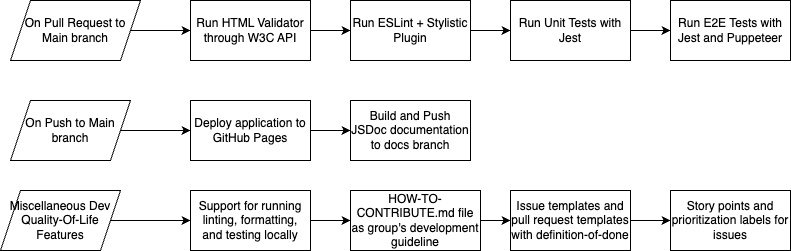
cse110-sp25-group12/cse110-sp25-group12 keeps this draw.io diagram as admin/cipipeline/final.drawio.png. Above is the earlier version. Source tidied: cells renumbered, new cells last; positions are measured from the earlier drawing's top-left corner, leaving out a move shared by most shapes. Its diagram source:
```xml
<mxGraphModel background="#FFFFFF">
  <root>
    <mxCell id="0" />
    <mxCell id="1" parent="0" />
    <mxCell id="2" style="edgeStyle=none;html=1;exitX=1;exitY=0.5;exitDx=0;exitDy=0;" parent="1" edge="1" source="3" target="7">
      <mxGeometry relative="1" as="geometry" />
    </mxCell>
    <mxCell id="3" value="On Pull Request to Main branch" style="shape=parallelogram;perimeter=parallelogramPerimeter;whiteSpace=wrap;html=1;fixedSize=1;" parent="1" vertex="1">
      <mxGeometry x="10" width="130" height="60" as="geometry" />
    </mxCell>
    <mxCell id="4" style="edgeStyle=none;html=1;exitX=1;exitY=0.5;exitDx=0;exitDy=0;entryX=0;entryY=0.5;entryDx=0;entryDy=0;" parent="1" edge="1" source="5" target="14">
      <mxGeometry relative="1" as="geometry" />
    </mxCell>
    <mxCell id="5" value="On Push to Main branch" style="shape=parallelogram;perimeter=parallelogramPerimeter;whiteSpace=wrap;html=1;fixedSize=1;" parent="1" vertex="1">
      <mxGeometry x="10" y="100" width="120" height="60" as="geometry" />
    </mxCell>
    <mxCell id="6" style="edgeStyle=none;html=1;exitX=1;exitY=0.5;exitDx=0;exitDy=0;entryX=0;entryY=0.5;entryDx=0;entryDy=0;" parent="1" edge="1" source="7" target="12">
      <mxGeometry relative="1" as="geometry" />
    </mxCell>
    <mxCell id="7" value="Run HTML Validator through W3C API" style="rounded=0;whiteSpace=wrap;html=1;" parent="1" vertex="1">
      <mxGeometry x="190" width="120" height="60" as="geometry" />
    </mxCell>
    <mxCell id="8" style="edgeStyle=none;html=1;exitX=1;exitY=0.5;exitDx=0;exitDy=0;entryX=0;entryY=0.5;entryDx=0;entryDy=0;" parent="1" edge="1" source="9" target="21">
      <mxGeometry relative="1" as="geometry" />
    </mxCell>
    <mxCell id="9" value="Run Unit Tests with Jest" style="rounded=0;whiteSpace=wrap;html=1;" parent="1" vertex="1">
      <mxGeometry x="510" width="120" height="60" as="geometry" />
    </mxCell>
    <mxCell id="10" value="Build and Push JSDoc documentation to docs branch" style="rounded=0;whiteSpace=wrap;html=1;" parent="1" vertex="1">
      <mxGeometry x="350" y="100" width="120" height="60" as="geometry" />
    </mxCell>
    <mxCell id="11" style="edgeStyle=none;html=1;exitX=1;exitY=0.5;exitDx=0;exitDy=0;entryX=0;entryY=0.5;entryDx=0;entryDy=0;" parent="1" edge="1" source="12" target="9">
      <mxGeometry relative="1" as="geometry" />
    </mxCell>
    <mxCell id="12" value="Run ESLint + Stylistic Plugin" style="rounded=0;whiteSpace=wrap;html=1;" parent="1" vertex="1">
      <mxGeometry x="350" width="120" height="60" as="geometry" />
    </mxCell>
    <mxCell id="13" style="edgeStyle=none;html=1;exitX=1;exitY=0.5;exitDx=0;exitDy=0;entryX=0;entryY=0.5;entryDx=0;entryDy=0;" parent="1" edge="1" source="14" target="10">
      <mxGeometry relative="1" as="geometry" />
    </mxCell>
    <mxCell id="14" value="Deploy application to GitHub Pages" style="rounded=0;whiteSpace=wrap;html=1;" parent="1" vertex="1">
      <mxGeometry x="190" y="100" width="120" height="60" as="geometry" />
    </mxCell>
    <mxCell id="15" style="edgeStyle=none;html=1;exitX=1;exitY=0.5;exitDx=0;exitDy=0;" parent="1" edge="1" source="16" target="18">
      <mxGeometry relative="1" as="geometry" />
    </mxCell>
    <mxCell id="16" value="Miscellaneous Dev Quality-Of-Life Features" style="shape=parallelogram;perimeter=parallelogramPerimeter;whiteSpace=wrap;html=1;fixedSize=1;" parent="1" vertex="1">
      <mxGeometry y="190" width="120" height="60" as="geometry" />
    </mxCell>
    <mxCell id="17" style="edgeStyle=none;html=1;exitX=1;exitY=0.5;exitDx=0;exitDy=0;entryX=0;entryY=0.5;entryDx=0;entryDy=0;" parent="1" edge="1" source="18" target="20">
      <mxGeometry relative="1" as="geometry" />
    </mxCell>
    <mxCell id="18" value="Support for running linting, formatting, and testing locally" style="rounded=0;whiteSpace=wrap;html=1;" parent="1" vertex="1">
      <mxGeometry x="190" y="190" width="120" height="60" as="geometry" />
    </mxCell>
    <mxCell id="19" style="edgeStyle=none;html=1;exitX=1;exitY=0.5;exitDx=0;exitDy=0;entryX=0;entryY=0.5;entryDx=0;entryDy=0;" parent="1" edge="1" source="20" target="23">
      <mxGeometry relative="1" as="geometry" />
    </mxCell>
    <mxCell id="20" value="HOW-TO-CONTRIBUTE.md file as group's development guideline" style="rounded=0;whiteSpace=wrap;html=1;" parent="1" vertex="1">
      <mxGeometry x="350" y="190" width="130" height="60" as="geometry" />
    </mxCell>
    <mxCell id="21" value="Run E2E Tests with Jest and Puppeteer" style="rounded=0;whiteSpace=wrap;html=1;" parent="1" vertex="1">
      <mxGeometry x="670" width="120" height="60" as="geometry" />
    </mxCell>
    <mxCell id="22" style="edgeStyle=none;html=1;exitX=1;exitY=0.5;exitDx=0;exitDy=0;entryX=0;entryY=0.5;entryDx=0;entryDy=0;" parent="1" edge="1" source="23" target="24">
      <mxGeometry relative="1" as="geometry" />
    </mxCell>
    <mxCell id="23" value="Issue templates and pull request templates with definition-of-done" style="rounded=0;whiteSpace=wrap;html=1;" parent="1" vertex="1">
      <mxGeometry x="510" y="190" width="120" height="60" as="geometry" />
    </mxCell>
    <mxCell id="24" value="Story points and prioritization labels for issues" style="rounded=0;whiteSpace=wrap;html=1;" parent="1" vertex="1">
      <mxGeometry x="670" y="190" width="120" height="60" as="geometry" />
    </mxCell>
  </root>
</mxGraphModel>
```
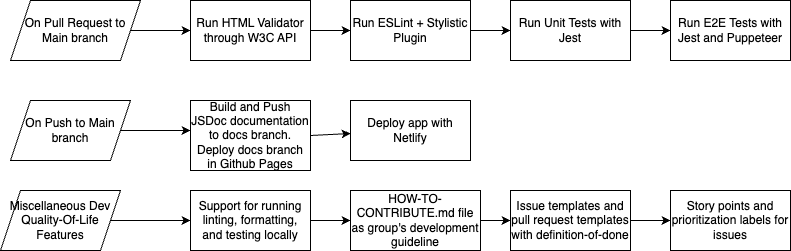
Above is the later version.

The edit, as a diff of the source:
```diff
@@ -8,8 +8,10 @@
     <mxCell id="3" value="On Pull Request to Main branch" style="shape=parallelogram;perimeter=parallelogramPerimeter;whiteSpace=wrap;html=1;fixedSize=1;" parent="1" vertex="1">
       <mxGeometry x="10" width="130" height="60" as="geometry" />
     </mxCell>
-    <mxCell id="4" style="edgeStyle=none;html=1;exitX=1;exitY=0.5;exitDx=0;exitDy=0;entryX=0;entryY=0.5;entryDx=0;entryDy=0;" parent="1" edge="1" source="5" target="14">
-      <mxGeometry relative="1" as="geometry" />
+    <mxCell id="4" style="edgeStyle=none;html=1;exitX=1;exitY=0.5;exitDx=0;exitDy=0;entryX=0;entryY=0.5;entryDx=0;entryDy=0;" parent="1" edge="1" source="5">
+      <mxGeometry relative="1" as="geometry">
+        <mxPoint x="190" y="130" as="targetPoint" />
+      </mxGeometry>
     </mxCell>
     <mxCell id="5" value="On Push to Main branch" style="shape=parallelogram;perimeter=parallelogramPerimeter;whiteSpace=wrap;html=1;fixedSize=1;" parent="1" vertex="1">
       <mxGeometry x="10" y="100" width="120" height="60" as="geometry" />
@@ -26,8 +28,11 @@
     <mxCell id="9" value="Run Unit Tests with Jest" style="rounded=0;whiteSpace=wrap;html=1;" parent="1" vertex="1">
       <mxGeometry x="510" width="120" height="60" as="geometry" />
     </mxCell>
+    <mxCell id="25" style="edgeStyle=none;html=1;exitX=1;exitY=0.5;exitDx=0;exitDy=0;" parent="1" edge="1" source="10" target="26">
+      <mxGeometry relative="1" as="geometry" />
+    </mxCell>
-    <mxCell id="10" value="Build and Push JSDoc documentation to docs branch" style="rounded=0;whiteSpace=wrap;html=1;" parent="1" vertex="1">
-      <mxGeometry x="350" y="100" width="120" height="60" as="geometry" />
+    <mxCell id="10" value="Build and Push JSDoc documentation to docs branch. Deploy docs branch in Github Pages" style="rounded=0;whiteSpace=wrap;html=1;" parent="1" vertex="1">
+      <mxGeometry x="190" y="100" width="120" height="70" as="geometry" />
     </mxCell>
     <mxCell id="11" style="edgeStyle=none;html=1;exitX=1;exitY=0.5;exitDx=0;exitDy=0;entryX=0;entryY=0.5;entryDx=0;entryDy=0;" parent="1" edge="1" source="12" target="9">
       <mxGeometry relative="1" as="geometry" />
@@ -35,12 +40,6 @@
     <mxCell id="12" value="Run ESLint + Stylistic Plugin" style="rounded=0;whiteSpace=wrap;html=1;" parent="1" vertex="1">
       <mxGeometry x="350" width="120" height="60" as="geometry" />
     </mxCell>
-    <mxCell id="13" style="edgeStyle=none;html=1;exitX=1;exitY=0.5;exitDx=0;exitDy=0;entryX=0;entryY=0.5;entryDx=0;entryDy=0;" parent="1" edge="1" source="14" target="10">
-      <mxGeometry relative="1" as="geometry" />
-    </mxCell>
-    <mxCell id="14" value="Deploy application to GitHub Pages" style="rounded=0;whiteSpace=wrap;html=1;" parent="1" vertex="1">
-      <mxGeometry x="190" y="100" width="120" height="60" as="geometry" />
-    </mxCell>
     <mxCell id="15" style="edgeStyle=none;html=1;exitX=1;exitY=0.5;exitDx=0;exitDy=0;" parent="1" edge="1" source="16" target="18">
       <mxGeometry relative="1" as="geometry" />
     </mxCell>
@@ -71,5 +70,8 @@
     <mxCell id="24" value="Story points and prioritization labels for issues" style="rounded=0;whiteSpace=wrap;html=1;" parent="1" vertex="1">
       <mxGeometry x="670" y="190" width="120" height="60" as="geometry" />
     </mxCell>
+    <mxCell id="26" value="Deploy app with Netlify" style="rounded=0;whiteSpace=wrap;html=1;" parent="1" vertex="1">
+      <mxGeometry x="350" y="100" width="120" height="60" as="geometry" />
+    </mxCell>
   </root>
 </mxGraphModel>
```
